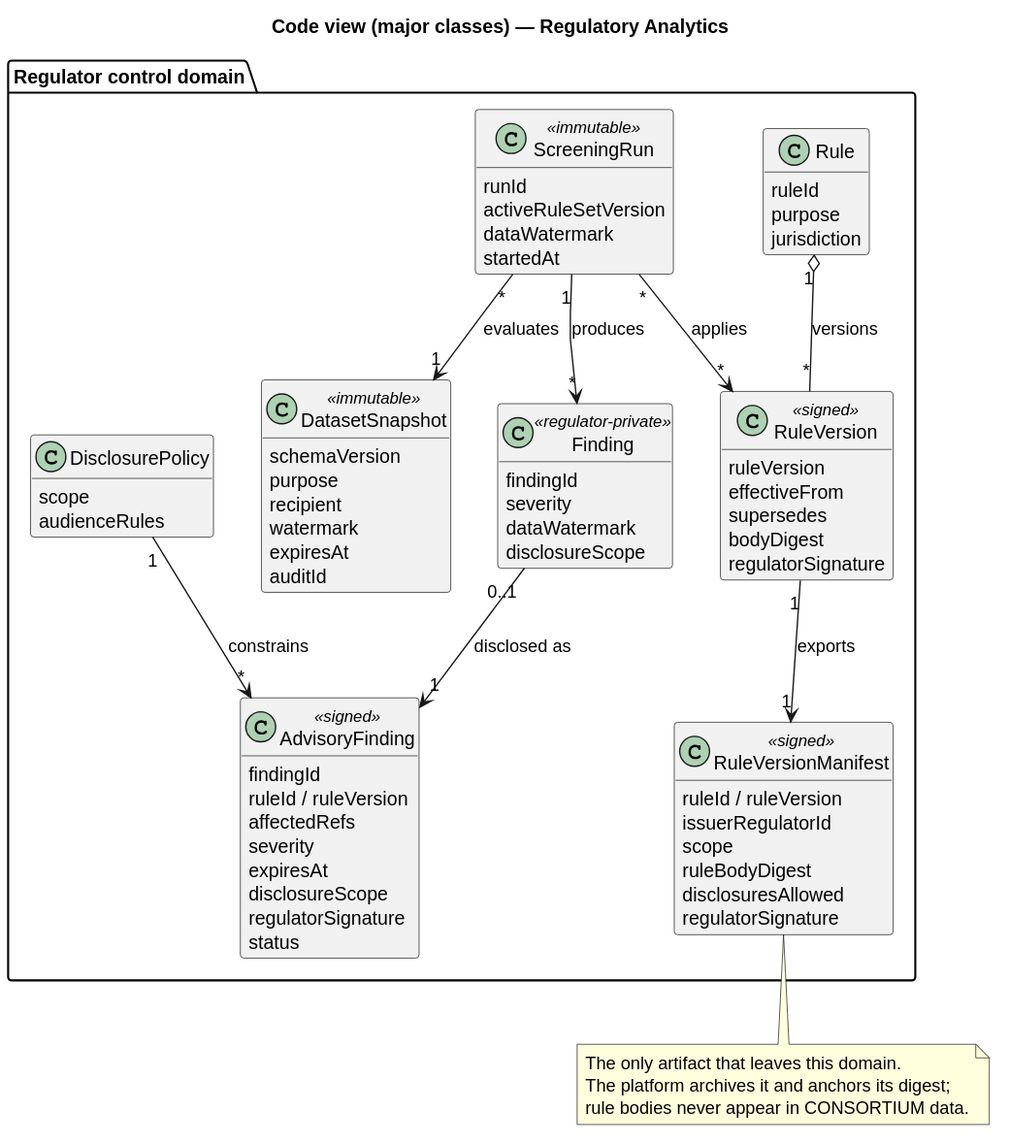
Earlier version of the PlantUML export docs/public/diagrams/analytics-code.svg (kuangshen04/48433assignment).
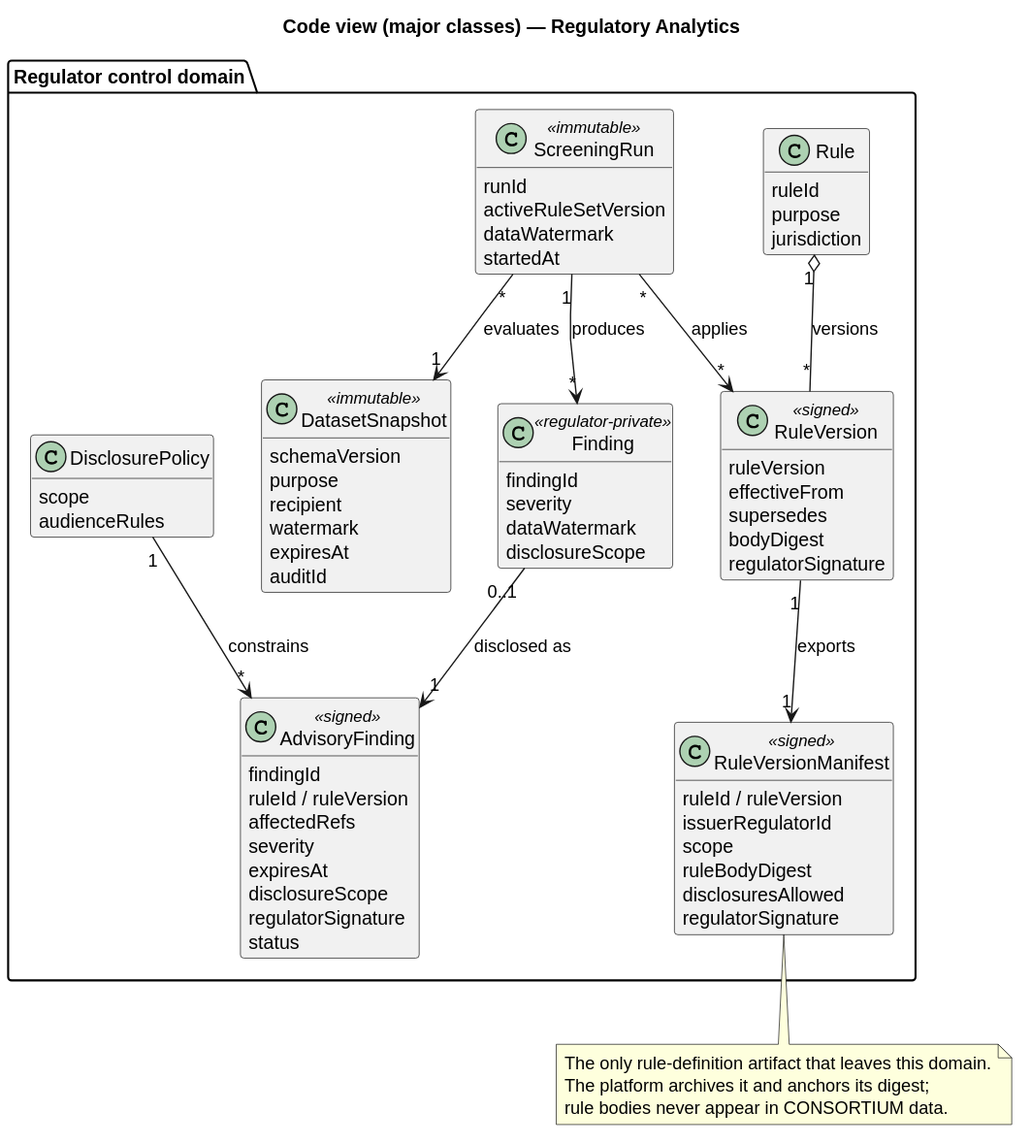
After the commit.

The edit, as a diff of the source:
```diff
@@ -79,7 +79,7 @@
 DisclosurePolicy "1" --> "*" AdvisoryFinding : constrains
 
 note bottom of RuleVersionManifest
-  The only artifact that leaves this domain.
+  The only rule-definition artifact that leaves this domain.
   The platform archives it and anchors its digest;
   rule bodies never appear in CONSORTIUM data.
 end note
```
